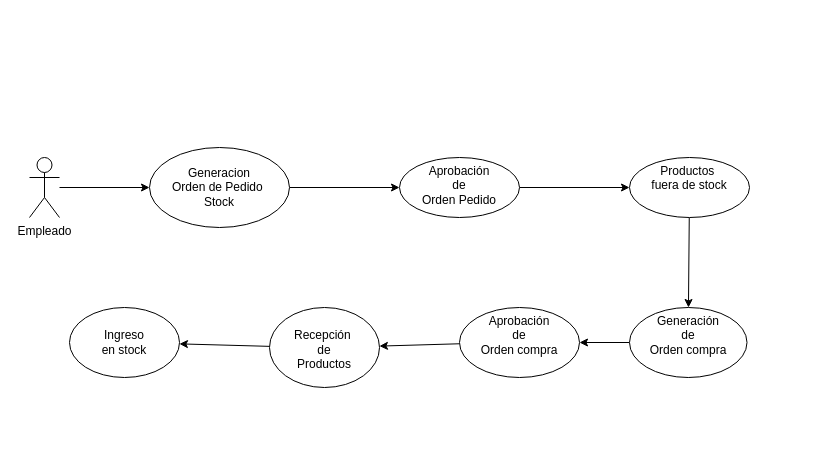
Earlier version of the draw.io diagram Diagram_OrdenPedidoStock.drawio (josedtl/Diagrama). Source tidied: cells renumbered, new cells numbered last; positions are measured from the earlier drawing's top-left corner, leaving out a move shared by most shapes. Both pictures are drawn from the tidied source at 100%, with x=0, y=0 at pixel (29, 147).
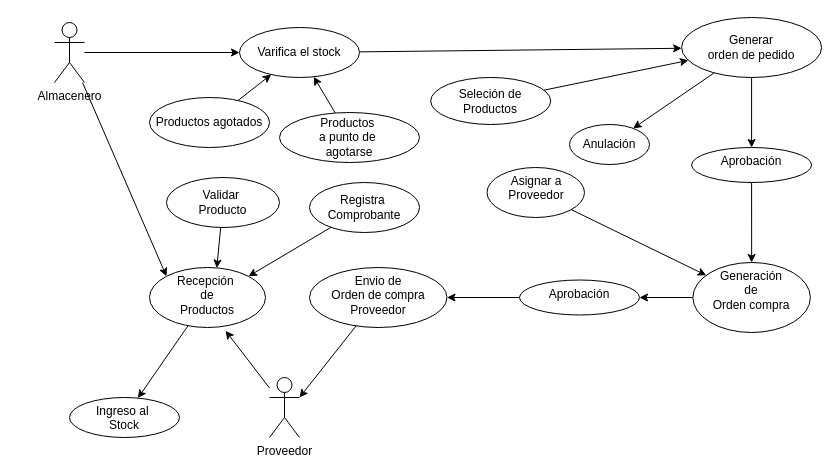
The same page after the edit.

What changed in the source:
```diff
@@
-    <mxCell id="2" style="edgeStyle=none;html=1;" parent="1" edge="1" source="3" target="5">
-      <mxGeometry relative="1" as="geometry" />
-    </mxCell>
+    <mxCell id="17" style="edgeStyle=none;html=1;" parent="1" edge="1" source="3" target="23">
+      <mxGeometry relative="1" as="geometry" />
+    </mxCell>
+    <mxCell id="18" style="edgeStyle=none;html=1;entryX=0;entryY=0;entryDx=0;entryDy=0;" parent="1" edge="1" source="3" target="12">
+      <mxGeometry relative="1" as="geometry" />
+    </mxCell>
-    <mxCell id="3" value="Empleado" style="shape=umlActor;verticalLabelPosition=bottom;verticalAlign=top;html=1;outlineConnect=0;" parent="1" vertex="1">
-      <mxGeometry y="10" width="30" height="60" as="geometry" />
+    <mxCell id="3" value="Almacenero" style="shape=umlActor;verticalLabelPosition=bottom;verticalAlign=top;html=1;outlineConnect=0;" parent="1" vertex="1">
+      <mxGeometry x="25" y="-125" width="30" height="60" as="geometry" />
     </mxCell>
@@
+    <mxCell id="19" style="edgeStyle=none;html=1;" parent="1" edge="1" source="5" target="28">
+      <mxGeometry relative="1" as="geometry" />
+    </mxCell>
-    <mxCell id="5" value="Generacion &lt;br&gt;Orden de Pedido&amp;nbsp;&lt;br&gt;Stock" style="ellipse;whiteSpace=wrap;html=1;" parent="1" vertex="1">
-      <mxGeometry x="120" width="140" height="80" as="geometry" />
+    <mxCell id="5" value="Generar&lt;br&gt;orden de pedido" style="ellipse;whiteSpace=wrap;html=1;" parent="1" vertex="1">
+      <mxGeometry x="652.1" y="-130" width="140" height="60" as="geometry" />
     </mxCell>
-    <mxCell id="6" style="edgeStyle=none;html=1;" parent="1" edge="1" source="7" target="14">
-      <mxGeometry relative="1" as="geometry" />
-    </mxCell>
+    <mxCell id="20" style="edgeStyle=none;html=1;" parent="1" edge="1" source="7" target="10">
+      <mxGeometry relative="1" as="geometry" />
+    </mxCell>
-    <mxCell id="7" value="Aprobación&lt;br&gt;de&lt;br&gt;Orden Pedido" style="ellipse;whiteSpace=wrap;html=1;verticalAlign=top;" parent="1" vertex="1">
-      <mxGeometry x="370" y="10" width="120" height="60" as="geometry" />
+    <mxCell id="7" value="Aprobación" style="ellipse;whiteSpace=wrap;html=1;verticalAlign=top;" parent="1" vertex="1">
+      <mxGeometry x="662.1" width="120" height="35" as="geometry" />
     </mxCell>
-    <mxCell id="8" value="&lt;br&gt;Ingreso &lt;br&gt;en stock" style="ellipse;whiteSpace=wrap;html=1;verticalAlign=top;" parent="1" vertex="1">
-      <mxGeometry x="40" y="160" width="110" height="70" as="geometry" />
-    </mxCell>
-    <mxCell id="9" style="edgeStyle=none;html=1;" parent="1" edge="1" source="10" target="16">
-      <mxGeometry relative="1" as="geometry" />
-    </mxCell>
+    <mxCell id="21" style="edgeStyle=none;html=1;" parent="1" edge="1" source="10" target="34">
+      <mxGeometry relative="1" as="geometry" />
+    </mxCell>
     <mxCell id="10" value="Generación&lt;br&gt;de&lt;br&gt;Orden compra" style="ellipse;whiteSpace=wrap;html=1;verticalAlign=top;" parent="1" vertex="1">
-      <mxGeometry x="600" y="160" width="117.5" height="70" as="geometry" />
+      <mxGeometry x="663.4" y="115" width="117.5" height="70" as="geometry" />
     </mxCell>
-    <mxCell id="11" style="edgeStyle=none;html=1;" parent="1" edge="1" source="12" target="8">
-      <mxGeometry relative="1" as="geometry" />
-    </mxCell>
+    <mxCell id="22" style="edgeStyle=none;html=1;" parent="1" edge="1" source="23" target="5">
+      <mxGeometry relative="1" as="geometry" />
+    </mxCell>
+    <mxCell id="23" value="Varifica el stock" style="ellipse;whiteSpace=wrap;html=1;" parent="1" vertex="1">
+      <mxGeometry x="210" y="-120" width="120" height="50" as="geometry" />
+    </mxCell>
+    <mxCell id="24" style="edgeStyle=none;html=1;" parent="1" edge="1" source="25" target="23">
+      <mxGeometry relative="1" as="geometry" />
+    </mxCell>
+    <mxCell id="25" value="Productos agotados" style="ellipse;whiteSpace=wrap;html=1;" parent="1" vertex="1">
+      <mxGeometry x="120" y="-50" width="120" height="50" as="geometry" />
+    </mxCell>
+    <mxCell id="26" style="edgeStyle=none;html=1;" parent="1" edge="1" source="27" target="23">
+      <mxGeometry relative="1" as="geometry" />
+    </mxCell>
+    <mxCell id="27" value="Productos&amp;nbsp;&lt;br&gt;a punto de&amp;nbsp;&lt;br&gt;agotarse" style="ellipse;whiteSpace=wrap;html=1;" parent="1" vertex="1">
+      <mxGeometry x="250" y="-35" width="140" height="50" as="geometry" />
+    </mxCell>
+    <mxCell id="28" value="Anulación" style="ellipse;whiteSpace=wrap;html=1;" parent="1" vertex="1">
+      <mxGeometry x="540" y="-23" width="80" height="40" as="geometry" />
+    </mxCell>
+    <mxCell id="29" style="edgeStyle=none;html=1;" parent="1" edge="1" source="30" target="10">
+      <mxGeometry relative="1" as="geometry" />
+    </mxCell>
+    <mxCell id="30" value="Asignar a&lt;br&gt;Proveedor" style="ellipse;whiteSpace=wrap;html=1;verticalAlign=top;" parent="1" vertex="1">
+      <mxGeometry x="457.5" y="20" width="97.5" height="50" as="geometry" />
+    </mxCell>
+    <mxCell id="31" style="edgeStyle=none;html=1;" parent="1" edge="1" source="32" target="5">
+      <mxGeometry relative="1" as="geometry" />
+    </mxCell>
+    <mxCell id="32" value="Seleción de&lt;br&gt;Productos" style="ellipse;whiteSpace=wrap;html=1;" parent="1" vertex="1">
+      <mxGeometry x="401.2" y="-70" width="120" height="47" as="geometry" />
+    </mxCell>
+    <mxCell id="33" style="edgeStyle=none;html=1;" parent="1" edge="1" source="34" target="36">
+      <mxGeometry relative="1" as="geometry" />
+    </mxCell>
+    <mxCell id="34" value="Aprobación" style="ellipse;whiteSpace=wrap;html=1;verticalAlign=top;" parent="1" vertex="1">
+      <mxGeometry x="490" y="132.5" width="120" height="35" as="geometry" />
+    </mxCell>
+    <mxCell id="35" style="edgeStyle=none;html=1;entryX=1;entryY=0.3333333333333333;entryDx=0;entryDy=0;entryPerimeter=0;" parent="1" edge="1" source="36" target="39">
+      <mxGeometry relative="1" as="geometry" />
+    </mxCell>
+    <mxCell id="36" value="Envio de &lt;br&gt;Orden de compra&lt;br&gt;Proveedor" style="ellipse;whiteSpace=wrap;html=1;verticalAlign=top;" parent="1" vertex="1">
+      <mxGeometry x="280" y="120" width="137.5" height="60" as="geometry" />
+    </mxCell>
+    <mxCell id="37" style="edgeStyle=none;html=1;" parent="1" edge="1" source="12" target="42">
+      <mxGeometry relative="1" as="geometry" />
+    </mxCell>
-    <mxCell id="12" value="&lt;br&gt;Recepción&amp;nbsp;&lt;br&gt;de&lt;br&gt;Productos" style="ellipse;whiteSpace=wrap;html=1;verticalAlign=top;" parent="1" vertex="1">
-      <mxGeometry x="240" y="160" width="110" height="80" as="geometry" />
+    <mxCell id="12" value="Recepción&amp;nbsp;&lt;br&gt;de&lt;br&gt;Productos" style="ellipse;whiteSpace=wrap;html=1;verticalAlign=top;" parent="1" vertex="1">
+      <mxGeometry x="120" y="120" width="116" height="60" as="geometry" />
     </mxCell>
-    <mxCell id="13" style="edgeStyle=none;html=1;" parent="1" edge="1" source="14" target="10">
-      <mxGeometry relative="1" as="geometry" />
-    </mxCell>
-    <mxCell id="14" value="Productos&amp;nbsp;&lt;br&gt;fuera de stock" style="ellipse;whiteSpace=wrap;html=1;verticalAlign=top;" parent="1" vertex="1">
-      <mxGeometry x="600" y="10" width="120" height="60" as="geometry" />
-    </mxCell>
-    <mxCell id="15" style="edgeStyle=none;html=1;" parent="1" edge="1" source="16" target="12">
-      <mxGeometry relative="1" as="geometry" />
-    </mxCell>
-    <mxCell id="16" value="Aprobación&lt;br&gt;de&lt;br&gt;Orden compra" style="ellipse;whiteSpace=wrap;html=1;verticalAlign=top;" parent="1" vertex="1">
-      <mxGeometry x="430" y="160" width="120" height="70" as="geometry" />
-    </mxCell>
+    <mxCell id="38" style="edgeStyle=none;html=1;entryX=0.656;entryY=1.055;entryDx=0;entryDy=0;entryPerimeter=0;" parent="1" edge="1" source="39" target="12">
+      <mxGeometry relative="1" as="geometry" />
+    </mxCell>
+    <mxCell id="39" value="Proveedor" style="shape=umlActor;verticalLabelPosition=bottom;verticalAlign=top;html=1;outlineConnect=0;" parent="1" vertex="1">
+      <mxGeometry x="240" y="230" width="30" height="60" as="geometry" />
+    </mxCell>
+    <mxCell id="40" style="edgeStyle=none;html=1;entryX=1;entryY=0;entryDx=0;entryDy=0;" parent="1" edge="1" source="41" target="12">
+      <mxGeometry relative="1" as="geometry" />
+    </mxCell>
+    <mxCell id="41" value="Registra&amp;nbsp;&lt;br&gt;Comprobante" style="ellipse;whiteSpace=wrap;html=1;" parent="1" vertex="1">
+      <mxGeometry x="280" y="35" width="110" height="50" as="geometry" />
+    </mxCell>
+    <mxCell id="42" value="Ingreso al&amp;nbsp;&lt;br&gt;Stock" style="ellipse;whiteSpace=wrap;html=1;verticalAlign=top;" parent="1" vertex="1">
+      <mxGeometry x="40" y="250" width="110" height="40" as="geometry" />
+    </mxCell>
+    <mxCell id="43" style="edgeStyle=none;html=1;entryX=0.58;entryY=0.009;entryDx=0;entryDy=0;entryPerimeter=0;" parent="1" edge="1" source="44" target="12">
+      <mxGeometry relative="1" as="geometry" />
+    </mxCell>
+    <mxCell id="44" value="Validar&amp;nbsp;&lt;br&gt;Producto" style="ellipse;whiteSpace=wrap;html=1;" parent="1" vertex="1">
+      <mxGeometry x="137" y="30" width="113" height="50" as="geometry" />
+    </mxCell>
```
